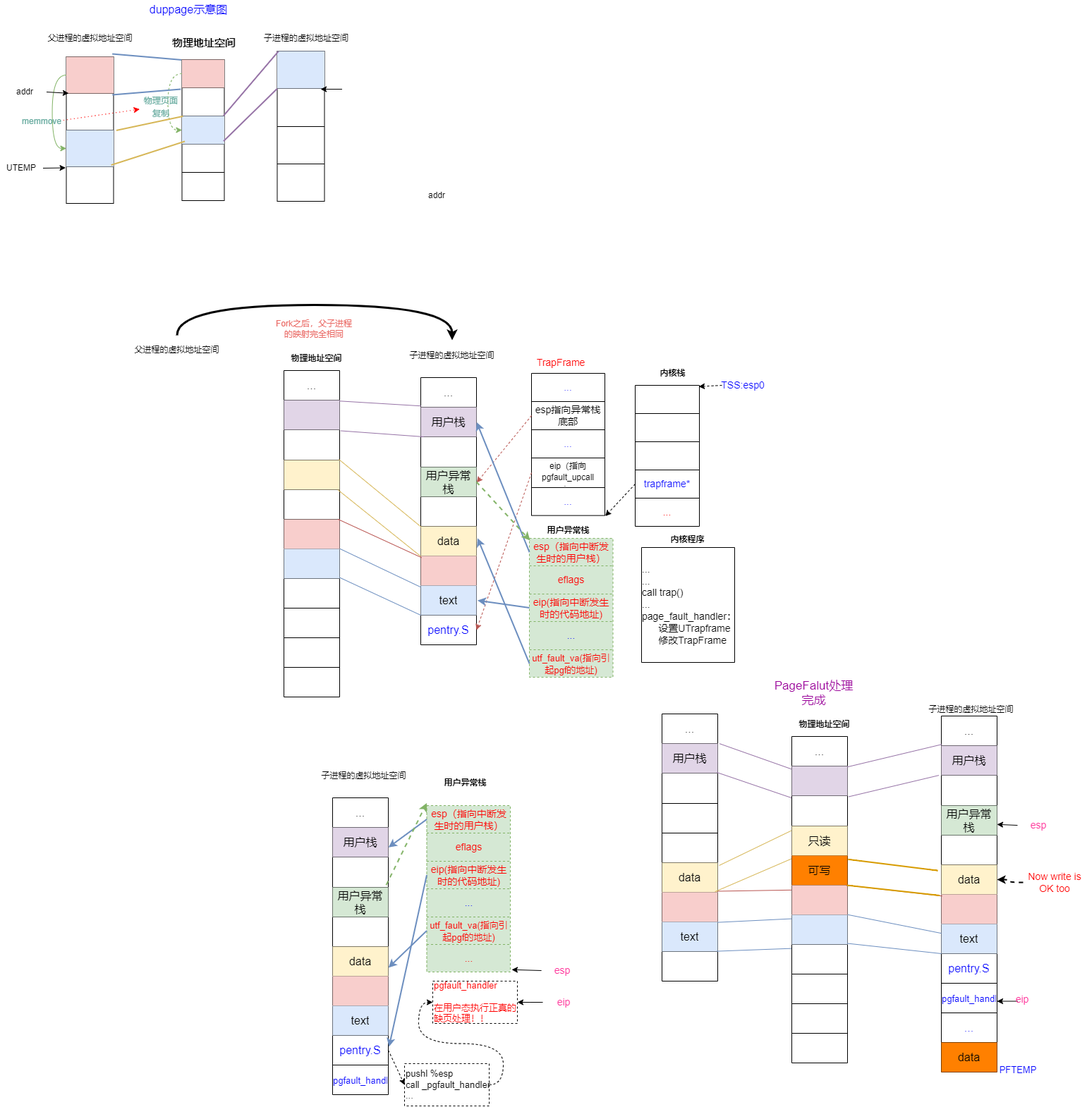
Above: OS/duppage.drawio.png in SixPlusAndTimes/drawio (draw.io), before the change. Source tidied: cells renumbered, new cells last; positions are measured from the earlier drawing's top-left corner, leaving out a move shared by most shapes.
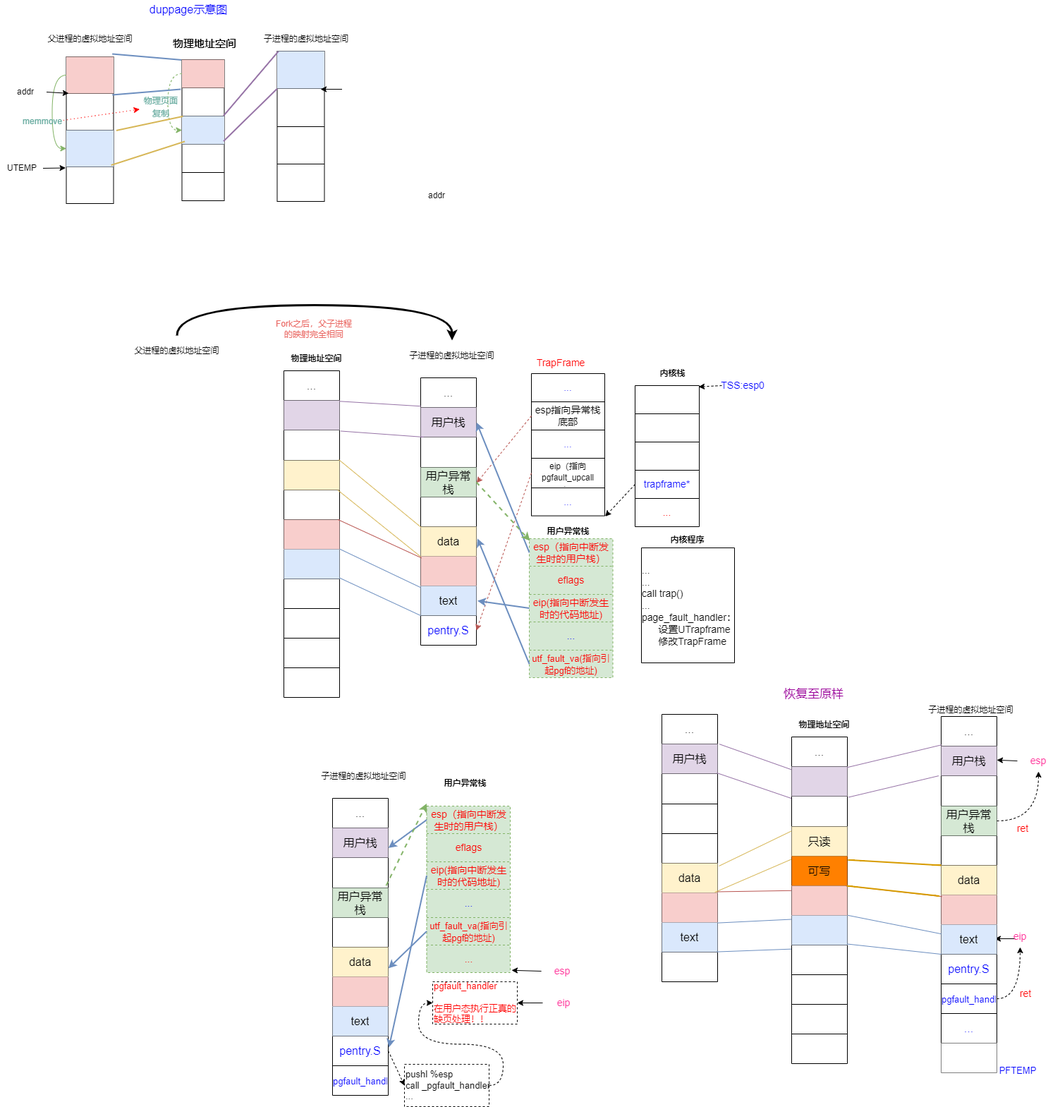
After the commit.

What changed in the source:
```diff
@@ -508,11 +508,11 @@
     </mxCell>
     <mxCell id="161" style="edgeStyle=none;rounded=0;jettySize=auto;html=1;exitX=0;exitY=0.5;exitDx=0;exitDy=0;entryX=0.955;entryY=1.044;entryDx=0;entryDy=0;entryPerimeter=0;strokeWidth=1;fontSize=14;fontColor=#0000FF;" parent="1" edge="1" source="162">
       <mxGeometry relative="1" as="geometry">
-        <mxPoint x="1412" y="1168.8" as="targetPoint" />
+        <mxPoint x="1412" y="1076.8" as="targetPoint" />
       </mxGeometry>
     </mxCell>
     <mxCell id="162" value="&lt;font color=&quot;#ff3399&quot;&gt;esp&lt;/font&gt;" style="text;html=1;strokeColor=none;fillColor=none;align=center;verticalAlign=middle;whiteSpace=wrap;rounded=0;fontSize=14;fontColor=#0000FF;" parent="1" vertex="1">
-      <mxGeometry x="1441" y="1155" width="60" height="30" as="geometry" />
+      <mxGeometry x="1441" y="1063" width="60" height="30" as="geometry" />
     </mxCell>
     <mxCell id="163" style="shape=table;startSize=0;strokeColor=#000000;fontSize=14;fontColor=#FF3399;" parent="1" vertex="1">
       <mxGeometry x="908" y="776" width="132" height="163" as="geometry" />
@@ -528,12 +528,12 @@
     </mxCell>
     <mxCell id="167" style="edgeStyle=none;rounded=0;orthogonalLoop=1;jettySize=auto;html=1;strokeWidth=1;fontSize=11;fontColor=#FF0000;" parent="1" edge="1">
       <mxGeometry relative="1" as="geometry">
-        <mxPoint x="1441" y="1419.5" as="sourcePoint" />
-        <mxPoint x="1412" y="1419.5" as="targetPoint" />
+        <mxPoint x="1438" y="1330" as="sourcePoint" />
+        <mxPoint x="1409" y="1330" as="targetPoint" />
       </mxGeometry>
     </mxCell>
     <mxCell id="168" value="&lt;font color=&quot;#ff3399&quot;&gt;eip&lt;/font&gt;" style="text;html=1;strokeColor=none;fillColor=none;align=center;verticalAlign=middle;whiteSpace=wrap;rounded=0;fontSize=14;fontColor=#0000FF;" parent="1" vertex="1">
-      <mxGeometry x="1418" y="1401.5" width="60" height="30" as="geometry" />
+      <mxGeometry x="1415" y="1312" width="60" height="30" as="geometry" />
     </mxCell>
     <mxCell id="169" style="shape=table;startSize=0;strokeColor=#82b366;fontSize=14;fillColor=#d5e8d4;dashed=1;" parent="1" vertex="1">
       <mxGeometry x="749" y="763" width="118.5" height="197" as="geometry" />
@@ -805,7 +805,7 @@
     <mxCell id="256" style="shape=tableRow;horizontal=0;startSize=0;swimlaneHead=0;swimlaneBody=0;top=0;left=0;bottom=0;right=0;fillColor=none;fontSize=16;fontColor=#0000FF;" parent="233" vertex="1">
       <mxGeometry y="463" width="79" height="42" as="geometry" />
     </mxCell>
-    <mxCell id="257" value="&lt;span style=&quot;color: rgb(0, 0, 0);&quot;&gt;data&lt;/span&gt;" style="shape=partialRectangle;html=1;whiteSpace=wrap;overflow=hidden;fillColor=#FF8000;top=0;left=0;bottom=0;right=0;fontSize=16;fontColor=#0000FF;strokeColor=none;" parent="256" vertex="1">
+    <mxCell id="257" style="shape=partialRectangle;html=1;whiteSpace=wrap;overflow=hidden;fillColor=#FFFFFF;top=0;left=0;bottom=0;right=0;fontSize=16;fontColor=#0000FF;strokeColor=none;" parent="256" vertex="1">
       <mxGeometry width="79" height="42" as="geometry" />
     </mxCell>
     <mxCell id="258" value="&lt;b&gt;物理地址空间&lt;/b&gt;" style="text;html=1;strokeColor=none;fillColor=none;align=center;verticalAlign=middle;whiteSpace=wrap;rounded=0;" parent="1" vertex="1">
@@ -901,7 +901,7 @@
     <mxCell id="288" value="PFTEMP" style="text;html=1;strokeColor=none;fillColor=none;align=center;verticalAlign=middle;whiteSpace=wrap;rounded=0;dashed=1;fontSize=13;fontColor=#0000FF;" parent="1" vertex="1">
       <mxGeometry x="1412" y="1502" width="60" height="30" as="geometry" />
     </mxCell>
-    <mxCell id="289" value="&lt;font color=&quot;#990099&quot; style=&quot;font-size: 17px;&quot;&gt;PageFalut处理完成&lt;/font&gt;" style="text;html=1;strokeColor=none;fillColor=none;align=center;verticalAlign=middle;whiteSpace=wrap;rounded=0;" parent="1" vertex="1">
+    <mxCell id="289" value="&lt;font color=&quot;#990099&quot; style=&quot;font-size: 17px;&quot;&gt;恢复至原样&lt;/font&gt;" style="text;html=1;strokeColor=none;fillColor=none;align=center;verticalAlign=middle;whiteSpace=wrap;rounded=0;" parent="1" vertex="1">
       <mxGeometry x="1089" y="962" width="127" height="43" as="geometry" />
     </mxCell>
     <mxCell id="290" style="endArrow=none;html=1;rounded=0;strokeWidth=2;fontSize=17;fontColor=#FF9933;curved=1;entryX=-0.029;entryY=0.036;entryDx=0;entryDy=0;fillColor=#ffe6cc;strokeColor=#d79b00;entryPerimeter=0;" parent="1" edge="1" target="246">
@@ -909,14 +909,20 @@
         <mxPoint x="1199" y="1255" as="sourcePoint" />
       </mxGeometry>
     </mxCell>
-    <mxCell id="291" style="endArrow=none;html=1;rounded=0;strokeWidth=2;fontSize=17;fontColor=#FF9933;curved=1;exitX=1.011;exitY=0.126;exitDx=0;exitDy=0;exitPerimeter=0;entryX=-0.063;entryY=0.434;entryDx=0;entryDy=0;entryPerimeter=0;fillColor=#ffe6cc;strokeColor=#d79b00;" parent="1" edge="1" source="268" target="233">
+    <mxCell id="291" style="endArrow=none;html=1;rounded=0;strokeWidth=2;fontSize=17;fontColor=#FF9933;curved=1;exitX=1.011;exitY=0.126;exitDx=0;exitDy=0;exitPerimeter=0;entryX=0;entryY=0;entryDx=0;entryDy=0;entryPerimeter=0;fillColor=#ffe6cc;strokeColor=#d79b00;" parent="1" edge="1" source="268" target="244">
       <mxGeometry relative="1" as="geometry" />
     </mxCell>
-    <mxCell id="292" style="edgeStyle=orthogonalEdgeStyle;curved=1;rounded=0;jettySize=auto;html=1;exitX=0;exitY=0.5;exitDx=0;exitDy=0;dashed=1;strokeWidth=2;fontSize=14;fontColor=#000000;" parent="1" edge="1" source="293" target="244">
-      <mxGeometry relative="1" as="geometry" />
-    </mxCell>
-    <mxCell id="293" value="&lt;font color=&quot;#ff0000&quot;&gt;Now write is OK too&lt;/font&gt;" style="text;html=1;strokeColor=none;fillColor=none;align=center;verticalAlign=middle;whiteSpace=wrap;rounded=0;dashed=1;fontSize=14;fontColor=#000000;" parent="1" vertex="1">
-      <mxGeometry x="1449" y="1232" width="90" height="38" as="geometry" />
-    </mxCell>
+    <mxCell id="294" style="edgeStyle=orthogonalEdgeStyle;curved=1;rounded=0;jettySize=auto;html=1;exitX=1;exitY=0.5;exitDx=0;exitDy=0;entryX=0.5;entryY=1;entryDx=0;entryDy=0;dashed=1;strokeWidth=1;fontSize=14;fontColor=#FF0000;" parent="1" edge="1" source="240" target="162">
+      <mxGeometry relative="1" as="geometry" />
+    </mxCell>
+    <mxCell id="295" style="edgeStyle=orthogonalEdgeStyle;curved=1;rounded=0;jettySize=auto;html=1;exitX=1;exitY=0.5;exitDx=0;exitDy=0;entryX=0.5;entryY=1;entryDx=0;entryDy=0;dashed=1;strokeWidth=1;fontSize=14;fontColor=#FF0000;" parent="1" edge="1" source="252" target="168">
+      <mxGeometry relative="1" as="geometry" />
+    </mxCell>
+    <mxCell id="296" value="ret" style="text;html=1;strokeColor=none;fillColor=none;align=center;verticalAlign=middle;whiteSpace=wrap;rounded=0;dashed=1;fontSize=14;fontColor=#FF0000;" parent="1" vertex="1">
+      <mxGeometry x="1419" y="1159" width="60" height="30" as="geometry" />
+    </mxCell>
+    <mxCell id="297" value="ret" style="text;html=1;strokeColor=none;fillColor=none;align=center;verticalAlign=middle;whiteSpace=wrap;rounded=0;dashed=1;fontSize=14;fontColor=#FF0000;" parent="1" vertex="1">
+      <mxGeometry x="1423" y="1393" width="60" height="30" as="geometry" />
+    </mxCell>
   </root>
 </mxGraphModel>
```
